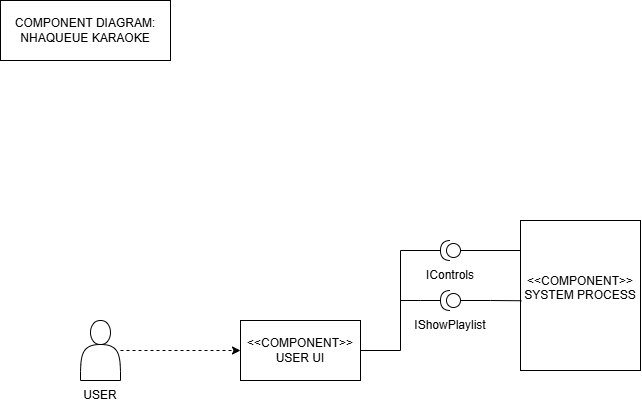
The draw.io diagram UMLCompnentDiagram_Karaoke.drawio.png in Marfe-Gerald/NhaqueueKaraoke, before a commit. Source tidied: cells renumbered, new cells last; positions are measured from the earlier drawing's top-left corner, leaving out a move shared by most shapes. Its diagram source:
```xml
<mxGraphModel>
  <root>
    <mxCell id="0" />
    <mxCell id="1" parent="0" />
    <mxCell id="2" value="&amp;lt;&amp;lt;COMPONENT&amp;gt;&amp;gt;&lt;div&gt;USER UI&lt;/div&gt;" style="whiteSpace=wrap;html=1;" parent="1" vertex="1">
      <mxGeometry x="240" y="320" width="120" height="60" as="geometry" />
    </mxCell>
    <mxCell id="3" value="&amp;lt;&amp;lt;COMPONENT&amp;gt;&amp;gt;&lt;div&gt;SYSTEM PROCESS&lt;/div&gt;&lt;div&gt;&lt;br&gt;&lt;/div&gt;" style="whiteSpace=wrap;html=1;" parent="1" vertex="1">
      <mxGeometry x="520" y="220" width="120" height="150" as="geometry" />
    </mxCell>
    <mxCell id="4" value="COMPONENT DIAGRAM:&lt;div&gt;NHAQUEUE KARAOKE&lt;/div&gt;" style="whiteSpace=wrap;html=1;" parent="1" vertex="1">
      <mxGeometry width="170" height="60" as="geometry" />
    </mxCell>
    <mxCell id="5" style="group;" parent="1" vertex="1">
      <mxGeometry x="70" y="290" width="60" height="120" as="geometry" />
    </mxCell>
    <mxCell id="6" style="group;" parent="5" vertex="1">
      <mxGeometry width="60" height="90" as="geometry" />
    </mxCell>
    <mxCell id="7" style="shape=actor;whiteSpace=wrap;html=1;" parent="6" vertex="1">
      <mxGeometry x="10" y="30" width="40" height="60" as="geometry" />
    </mxCell>
    <mxCell id="8" value="USER" style="text;html=1;whiteSpace=wrap;strokeColor=none;fillColor=none;align=center;verticalAlign=middle;rounded=0;" parent="5" vertex="1">
      <mxGeometry y="90" width="60" height="30" as="geometry" />
    </mxCell>
    <mxCell id="9" style="edgeStyle=orthogonalEdgeStyle;rounded=0;jettySize=auto;html=1;entryX=0;entryY=0.5;entryDx=0;entryDy=0;endArrow=classic;endFill=1;dashed=1;" parent="1" edge="1" source="7" target="2">
      <mxGeometry relative="1" as="geometry" />
    </mxCell>
    <mxCell id="10" style="edgeStyle=orthogonalEdgeStyle;rounded=0;jettySize=auto;html=1;entryX=1;entryY=0.5;entryDx=0;entryDy=0;endArrow=none;endFill=0;" parent="1" edge="1" target="2">
      <mxGeometry relative="1" as="geometry">
        <mxPoint x="440" y="250" as="sourcePoint" />
      </mxGeometry>
    </mxCell>
    <mxCell id="11" style="edgeStyle=orthogonalEdgeStyle;rounded=0;orthogonalLoop=1;jettySize=auto;html=1;endArrow=none;endFill=0;" parent="1" edge="1">
      <mxGeometry relative="1" as="geometry">
        <mxPoint x="460" y="250" as="sourcePoint" />
        <mxPoint x="520" y="250" as="targetPoint" />
      </mxGeometry>
    </mxCell>
    <mxCell id="12" value="IControls" style="text;html=1;whiteSpace=wrap;strokeColor=none;fillColor=none;align=center;verticalAlign=middle;rounded=0;" parent="1" vertex="1">
      <mxGeometry x="420" y="260" width="60" height="30" as="geometry" />
    </mxCell>
    <mxCell id="13" style="shape=providedRequiredInterface;html=1;verticalLabelPosition=bottom;sketch=0;flipV=1;legacyAnchorPoints=0;flipH=0;direction=west;" parent="1" vertex="1">
      <mxGeometry x="440" y="240" width="20" height="20" as="geometry" />
    </mxCell>
    <mxCell id="14" style="edgeStyle=orthogonalEdgeStyle;rounded=0;jettySize=auto;html=1;endArrow=none;endFill=0;" parent="1" edge="1" source="16">
      <mxGeometry relative="1" as="geometry">
        <mxPoint x="400" y="300" as="targetPoint" />
      </mxGeometry>
    </mxCell>
    <mxCell id="15" style="edgeStyle=orthogonalEdgeStyle;rounded=0;jettySize=auto;html=1;entryX=0.008;entryY=0.535;entryDx=0;entryDy=0;endArrow=none;endFill=0;entryPerimeter=0;" parent="1" edge="1" source="16" target="3">
      <mxGeometry relative="1" as="geometry" />
    </mxCell>
    <mxCell id="16" style="shape=providedRequiredInterface;html=1;verticalLabelPosition=bottom;sketch=0;flipV=1;legacyAnchorPoints=0;flipH=0;direction=west;" parent="1" vertex="1">
      <mxGeometry x="440" y="290" width="20" height="20" as="geometry" />
    </mxCell>
    <mxCell id="17" value="IShowPlaylist" style="text;html=1;whiteSpace=wrap;strokeColor=none;fillColor=none;align=center;verticalAlign=middle;rounded=0;" parent="1" vertex="1">
      <mxGeometry x="420" y="310" width="60" height="30" as="geometry" />
    </mxCell>
  </root>
</mxGraphModel>
```
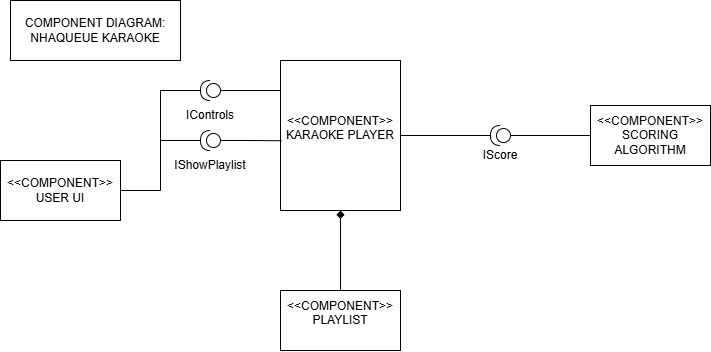
Later version of the same file.

Commit message:
Updated UML Class Diagram, and is now starting on the sequence diagram

Diff of the diagram source:
```diff
@@ -5,27 +5,18 @@
     <mxCell id="2" value="&amp;lt;&amp;lt;COMPONENT&amp;gt;&amp;gt;&lt;div&gt;USER UI&lt;/div&gt;" style="whiteSpace=wrap;html=1;" parent="1" vertex="1">
       <mxGeometry x="240" y="320" width="120" height="60" as="geometry" />
     </mxCell>
+    <mxCell id="18" style="edgeStyle=orthogonalEdgeStyle;rounded=0;jettySize=auto;html=1;startArrow=diamond;startFill=1;endArrow=none;endFill=0;" parent="1" edge="1" source="3" target="20">
+      <mxGeometry relative="1" as="geometry" />
+    </mxCell>
+    <mxCell id="19" style="edgeStyle=orthogonalEdgeStyle;rounded=0;jettySize=auto;html=1;endArrow=none;endFill=0;" parent="1" edge="1" source="23" target="21">
+      <mxGeometry relative="1" as="geometry" />
+    </mxCell>
-    <mxCell id="3" value="&amp;lt;&amp;lt;COMPONENT&amp;gt;&amp;gt;&lt;div&gt;SYSTEM PROCESS&lt;/div&gt;&lt;div&gt;&lt;br&gt;&lt;/div&gt;" style="whiteSpace=wrap;html=1;" parent="1" vertex="1">
+    <mxCell id="3" value="&amp;lt;&amp;lt;COMPONENT&amp;gt;&amp;gt;&lt;div&gt;KARAOKE PLAYER&lt;/div&gt;&lt;div&gt;&lt;br&gt;&lt;/div&gt;" style="whiteSpace=wrap;html=1;" parent="1" vertex="1">
       <mxGeometry x="520" y="220" width="120" height="150" as="geometry" />
     </mxCell>
     <mxCell id="4" value="COMPONENT DIAGRAM:&lt;div&gt;NHAQUEUE KARAOKE&lt;/div&gt;" style="whiteSpace=wrap;html=1;" parent="1" vertex="1">
-      <mxGeometry width="170" height="60" as="geometry" />
+      <mxGeometry x="250" y="160" width="170" height="60" as="geometry" />
     </mxCell>
-    <mxCell id="5" style="group;" parent="1" vertex="1">
-      <mxGeometry x="70" y="290" width="60" height="120" as="geometry" />
-    </mxCell>
-    <mxCell id="6" style="group;" parent="5" vertex="1">
-      <mxGeometry width="60" height="90" as="geometry" />
-    </mxCell>
-    <mxCell id="7" style="shape=actor;whiteSpace=wrap;html=1;" parent="6" vertex="1">
-      <mxGeometry x="10" y="30" width="40" height="60" as="geometry" />
-    </mxCell>
-    <mxCell id="8" value="USER" style="text;html=1;whiteSpace=wrap;strokeColor=none;fillColor=none;align=center;verticalAlign=middle;rounded=0;" parent="5" vertex="1">
-      <mxGeometry y="90" width="60" height="30" as="geometry" />
-    </mxCell>
-    <mxCell id="9" style="edgeStyle=orthogonalEdgeStyle;rounded=0;jettySize=auto;html=1;entryX=0;entryY=0.5;entryDx=0;entryDy=0;endArrow=classic;endFill=1;dashed=1;" parent="1" edge="1" source="7" target="2">
-      <mxGeometry relative="1" as="geometry" />
-    </mxCell>
     <mxCell id="10" style="edgeStyle=orthogonalEdgeStyle;rounded=0;jettySize=auto;html=1;entryX=1;entryY=0.5;entryDx=0;entryDy=0;endArrow=none;endFill=0;" parent="1" edge="1" target="2">
       <mxGeometry relative="1" as="geometry">
         <mxPoint x="440" y="250" as="sourcePoint" />
@@ -57,5 +48,20 @@
     <mxCell id="17" value="IShowPlaylist" style="text;html=1;whiteSpace=wrap;strokeColor=none;fillColor=none;align=center;verticalAlign=middle;rounded=0;" parent="1" vertex="1">
       <mxGeometry x="420" y="310" width="60" height="30" as="geometry" />
     </mxCell>
+    <mxCell id="20" value="&amp;lt;&amp;lt;COMPONENT&amp;gt;&amp;gt;&lt;div&gt;PLAYLIST&lt;/div&gt;&lt;div&gt;&lt;br&gt;&lt;/div&gt;" style="whiteSpace=wrap;html=1;" parent="1" vertex="1">
+      <mxGeometry x="520" y="450" width="120" height="60" as="geometry" />
+    </mxCell>
+    <mxCell id="21" value="&amp;lt;&amp;lt;COMPONENT&amp;gt;&amp;gt;&lt;div&gt;SCORING ALGORITHM&lt;/div&gt;" style="whiteSpace=wrap;html=1;" parent="1" vertex="1">
+      <mxGeometry x="830" y="265" width="120" height="60" as="geometry" />
+    </mxCell>
+    <mxCell id="22" style="edgeStyle=orthogonalEdgeStyle;rounded=0;jettySize=auto;html=1;endArrow=none;endFill=0;" parent="1" edge="1" source="3" target="23">
+      <mxGeometry relative="1" as="geometry" />
+    </mxCell>
+    <mxCell id="23" style="shape=providedRequiredInterface;html=1;verticalLabelPosition=bottom;sketch=0;flipV=1;legacyAnchorPoints=0;flipH=0;direction=west;" parent="1" vertex="1">
+      <mxGeometry x="730" y="285" width="20" height="20" as="geometry" />
+    </mxCell>
+    <mxCell id="24" value="IScore" style="text;html=1;whiteSpace=wrap;strokeColor=none;fillColor=none;align=center;verticalAlign=middle;rounded=0;" parent="1" vertex="1">
+      <mxGeometry x="710" y="300" width="60" height="30" as="geometry" />
+    </mxCell>
   </root>
 </mxGraphModel>
```
